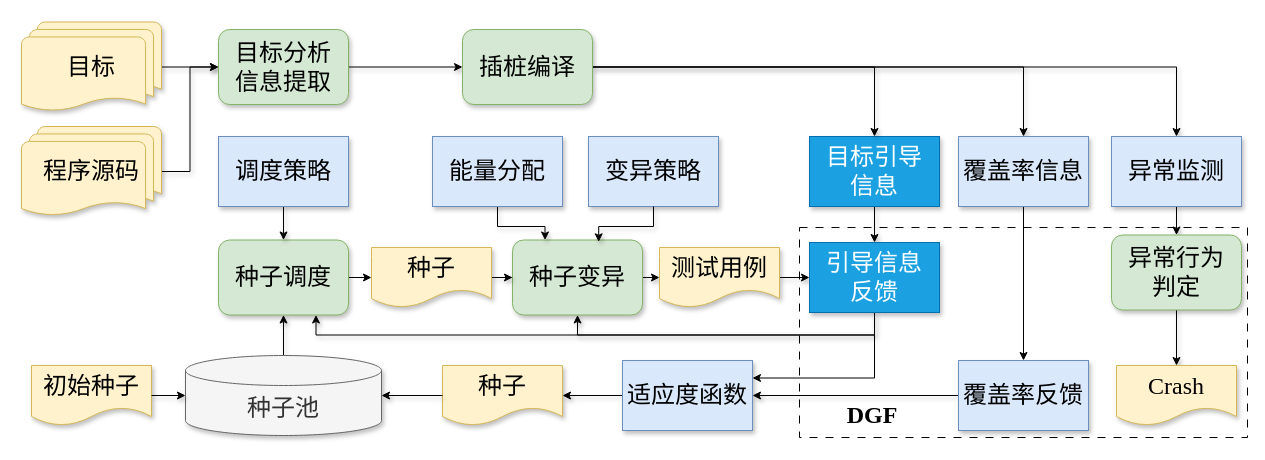
The draw.io diagram page "第 11 页" (11 of 11) of 未命名绘图.drawio in blu3sh0rk/Draw, before the edit. Source tidied: cells renumbered, new cells numbered last; positions are measured from the earlier drawing's top-left corner, leaving out a move shared by most shapes. Both pictures are drawn from the tidied source at 100%, with x=0, y=0 at pixel (21, 21).
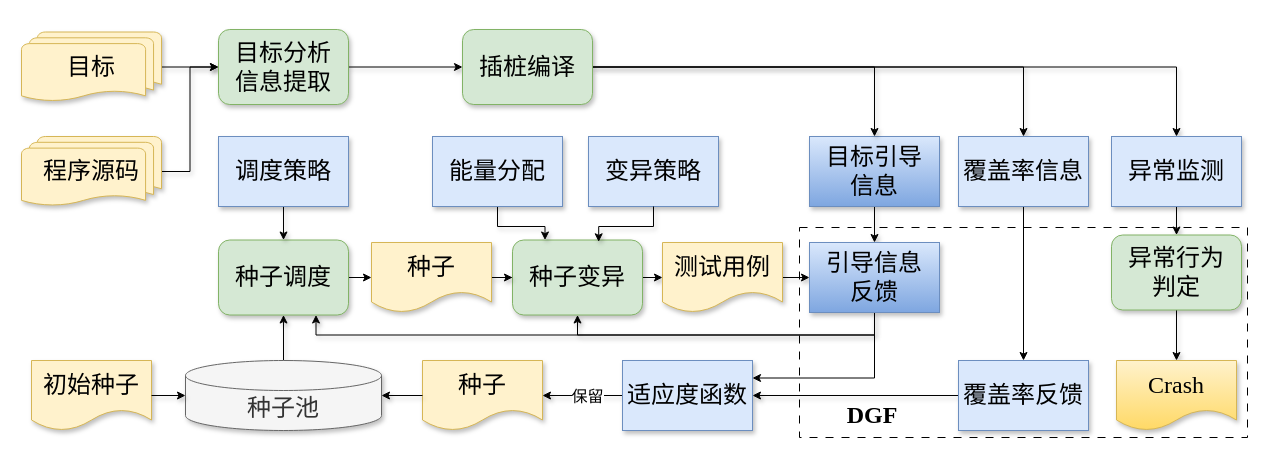
After the change.

The change refers to these unchanged cells:
```xml
<mxCell id="30" value="适应度函数" style="rounded=0;whiteSpace=wrap;html=1;fillColor=#dae8fc;strokeColor=#6c8ebf;fontFamily=黑体;fontSize=24;shadow=1;" parent="1" vertex="1">
  <mxGeometry x="601" y="339" width="130" height="70" as="geometry" />
</mxCell>
```

Diff of the diagram source:
```diff
@@
     <mxCell id="4" value="程序源码" style="strokeWidth=1;html=1;shape=mxgraph.flowchart.multi-document;whiteSpace=wrap;fillColor=#fff2cc;strokeColor=#d6b656;fontSize=24;shadow=1;fontFamily=黑体;" parent="1" vertex="1">
-      <mxGeometry y="105" width="140" height="90" as="geometry" />
+      <mxGeometry y="115" width="140" height="70" as="geometry" />
     </mxCell>
@@
     <mxCell id="6" value="目标" style="strokeWidth=1;html=1;shape=mxgraph.flowchart.multi-document;whiteSpace=wrap;fillColor=#fff2cc;strokeColor=#d6b656;fontSize=24;shadow=1;fontFamily=黑体;" parent="1" vertex="1">
-      <mxGeometry y="0.5" width="140" height="90" as="geometry" />
+      <mxGeometry y="10.5" width="140" height="70" as="geometry" />
     </mxCell>
@@
-    <mxCell id="10" value="目标引导&lt;div style=&quot;font-size: 24px;&quot;&gt;信息&lt;/div&gt;" style="rounded=0;whiteSpace=wrap;html=1;fillColor=#1ba1e2;strokeColor=#006EAF;fontFamily=黑体;fontSize=24;shadow=1;fontColor=#ffffff;" parent="1" vertex="1">
+    <mxCell id="10" value="目标引导&lt;div style=&quot;font-size: 24px;&quot;&gt;信息&lt;/div&gt;" style="rounded=0;whiteSpace=wrap;html=1;fillColor=#dae8fc;strokeColor=#6c8ebf;fontFamily=黑体;fontSize=24;shadow=1;gradientColor=#7ea6e0;" parent="1" vertex="1">
       <mxGeometry x="788" y="115" width="130" height="70" as="geometry" />
     </mxCell>
@@
     <mxCell id="25" value="初始种子" style="shape=document;whiteSpace=wrap;html=1;boundedLbl=1;strokeColor=#d6b656;fillColor=#fff2cc;fontSize=24;shadow=1;fontFamily=黑体;" parent="1" vertex="1">
-      <mxGeometry x="10" y="344" width="120" height="60" as="geometry" />
+      <mxGeometry x="10" y="339" width="120" height="70" as="geometry" />
     </mxCell>
@@
     <mxCell id="27" value="种子池" style="shape=cylinder3;whiteSpace=wrap;html=1;boundedLbl=1;backgroundOutline=1;size=15;fontSize=24;fillColor=#f5f5f5;fontColor=#333333;strokeColor=#666666;shadow=1;fontFamily=黑体;" parent="1" vertex="1">
-      <mxGeometry x="164" y="334" width="196" height="80" as="geometry" />
+      <mxGeometry x="164" y="339" width="196" height="70" as="geometry" />
     </mxCell>
     <mxCell id="28" value="种子" style="shape=document;whiteSpace=wrap;html=1;boundedLbl=1;strokeColor=#d6b656;fillColor=#fff2cc;fontSize=24;shadow=1;fontFamily=黑体;" parent="1" vertex="1">
-      <mxGeometry x="421" y="344" width="120" height="60" as="geometry" />
+      <mxGeometry x="401" y="339" width="120" height="70" as="geometry" />
     </mxCell>
     <mxCell id="29" style="edgeStyle=orthogonalEdgeStyle;rounded=0;jettySize=auto;html=1;exitX=0;exitY=0.5;exitDx=0;exitDy=0;shadow=1;fontSize=24;fontFamily=黑体;" parent="1" edge="1" source="30" target="28">
-      <mxGeometry relative="1" as="geometry" />
+      <mxGeometry relative="1" as="geometry">
+        <Array as="points">
+          <mxPoint x="571" y="374" />
+          <mxPoint x="571" y="374" />
+        </Array>
+      </mxGeometry>
     </mxCell>
+    <mxCell id="51" value="&lt;font style=&quot;font-size: 16px;&quot; face=&quot;黑体&quot;&gt;保留&lt;/font&gt;" style="edgeLabel;html=1;align=center;verticalAlign=middle;" parent="29" vertex="1">
+      <mxGeometry x="-0.09" relative="1" as="geometry" />
+    </mxCell>
@@
     <mxCell id="32" value="种子" style="shape=document;whiteSpace=wrap;html=1;boundedLbl=1;strokeColor=#d6b656;fillColor=#fff2cc;fontSize=24;shadow=1;fontFamily=黑体;" parent="1" vertex="1">
-      <mxGeometry x="350" y="226" width="120" height="60" as="geometry" />
+      <mxGeometry x="350" y="221" width="120" height="70" as="geometry" />
     </mxCell>
@@
     <mxCell id="34" value="测试用例" style="shape=document;whiteSpace=wrap;html=1;boundedLbl=1;strokeColor=#d6b656;fillColor=#fff2cc;fontSize=24;shadow=1;fontFamily=黑体;" parent="1" vertex="1">
-      <mxGeometry x="638" y="226" width="120" height="60" as="geometry" />
+      <mxGeometry x="641" y="221" width="120" height="70" as="geometry" />
     </mxCell>
@@
-    <mxCell id="38" value="引导信息&lt;div style=&quot;font-size: 24px;&quot;&gt;反馈&lt;/div&gt;" style="rounded=0;whiteSpace=wrap;html=1;fillColor=#1ba1e2;strokeColor=#006EAF;fontFamily=黑体;fontSize=24;shadow=1;fontColor=#ffffff;" parent="1" vertex="1">
+    <mxCell id="38" value="引导信息&lt;div style=&quot;font-size: 24px;&quot;&gt;反馈&lt;/div&gt;" style="rounded=0;whiteSpace=wrap;html=1;fillColor=#dae8fc;strokeColor=#6c8ebf;fontFamily=黑体;fontSize=24;shadow=1;gradientColor=#7ea6e0;" parent="1" vertex="1">
       <mxGeometry x="788" y="221" width="130" height="70" as="geometry" />
     </mxCell>
@@
-    <mxCell id="45" value="&lt;font face=&quot;Times New Roman&quot; style=&quot;font-size: 24px;&quot;&gt;Crash&lt;/font&gt;" style="shape=document;whiteSpace=wrap;html=1;boundedLbl=1;strokeColor=#d6b656;fillColor=#fff2cc;fontSize=24;shadow=1;fontFamily=黑体;" parent="1" vertex="1">
-      <mxGeometry x="1095" y="344" width="120" height="60" as="geometry" />
+    <mxCell id="45" value="&lt;font face=&quot;Times New Roman&quot; style=&quot;font-size: 24px;&quot;&gt;Crash&lt;/font&gt;" style="shape=document;whiteSpace=wrap;html=1;boundedLbl=1;strokeColor=#d6b656;fillColor=#fff2cc;fontSize=24;shadow=1;fontFamily=黑体;gradientColor=#ffd966;" parent="1" vertex="1">
+      <mxGeometry x="1095" y="339" width="120" height="70" as="geometry" />
     </mxCell>
```
